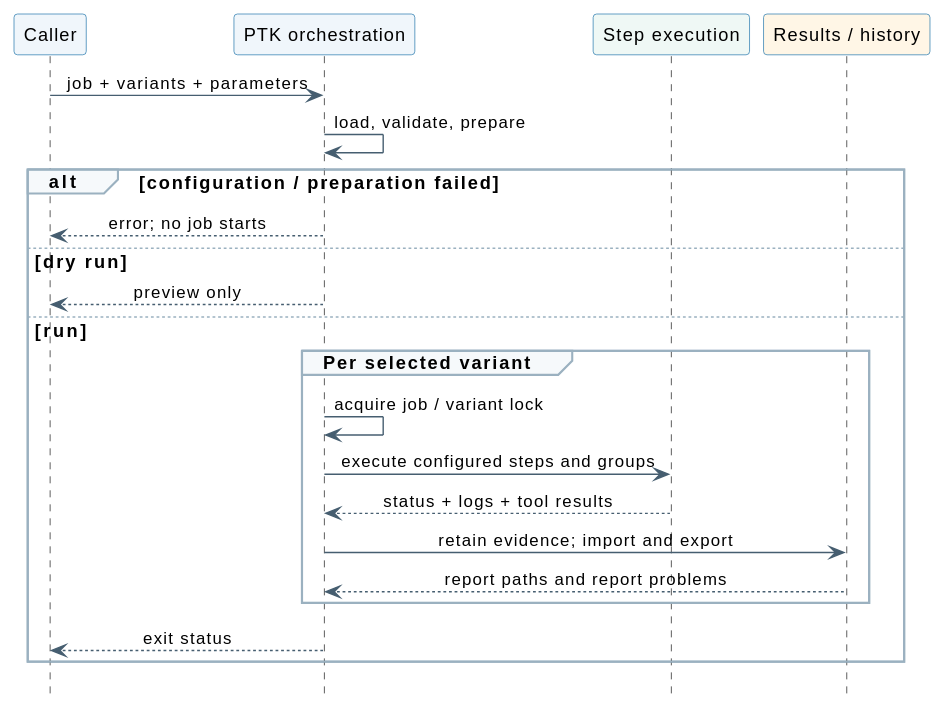
eadeva/dummy keeps this PlantUML diagram as docs/_static/diagrams/job-lifecycle.svg. Above is the earlier version.
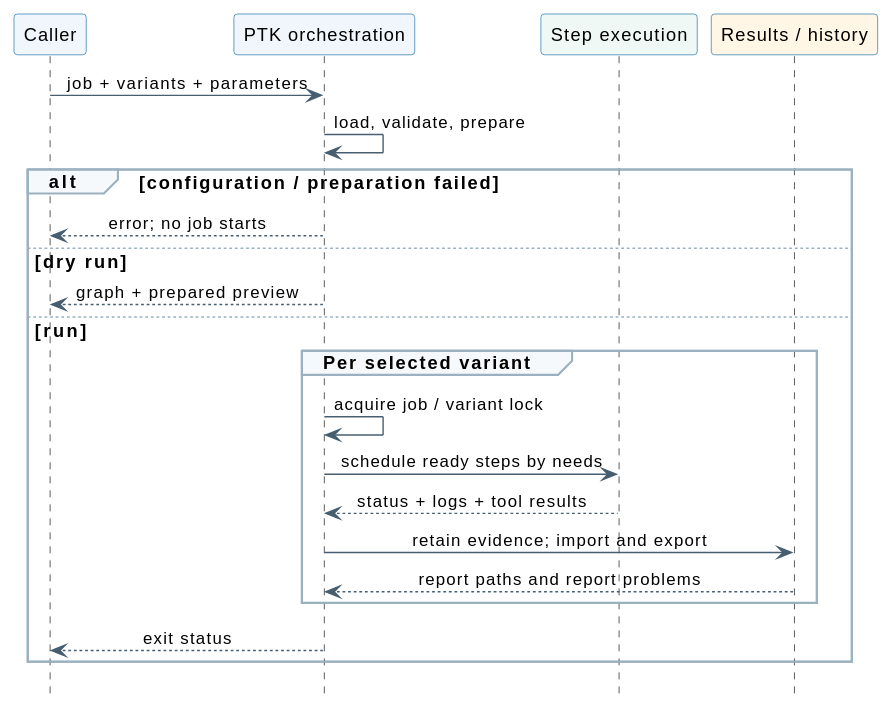
After the change.

What changed in the source:
```diff
@@ -23,11 +23,11 @@
 alt configuration / preparation failed
   PTK --> Caller : error; no job starts
 else dry run
-  PTK --> Caller : preview only
+  PTK --> Caller : graph + prepared preview
 else run
   group Per selected variant
     PTK -> PTK : acquire job / variant lock
-    PTK -> Steps : execute configured steps and groups
+    PTK -> Steps : schedule ready steps by needs
     Steps --> PTK : status + logs + tool results
     PTK -> Reports : retain evidence; import and export
     Reports --> PTK : report paths and report problems
```
